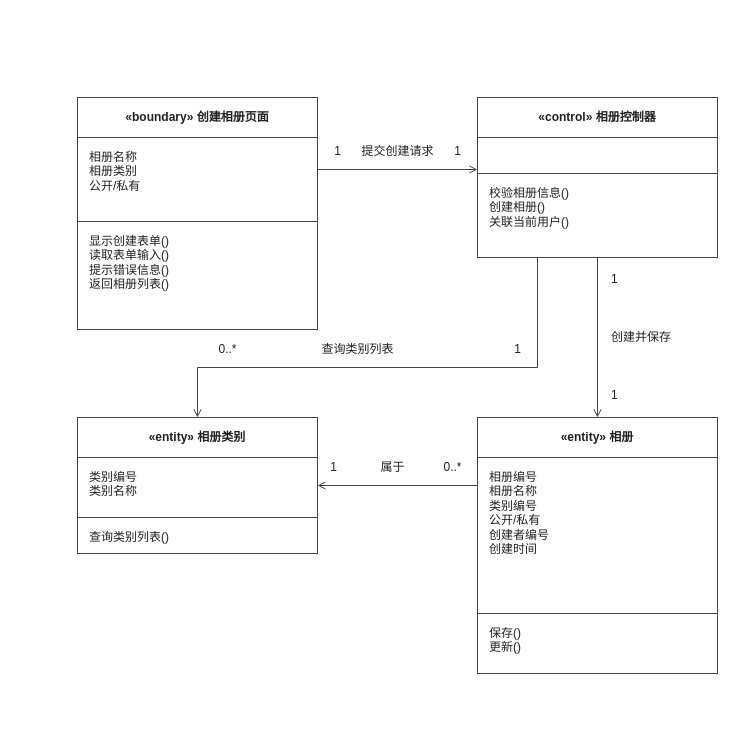
The draw.io diagram docs/交付/2-相册管理-刘硕/images/创建相册_类模型图.drawio in chennuo1101/electronic-photo-album-system1, before the edit. Source tidied: cells renumbered, new cells numbered last; positions are measured from the earlier drawing's top-left corner, leaving out a move shared by most shapes. Both pictures are drawn from the tidied source at 100%, with x=0, y=0 at pixel (77, 97).
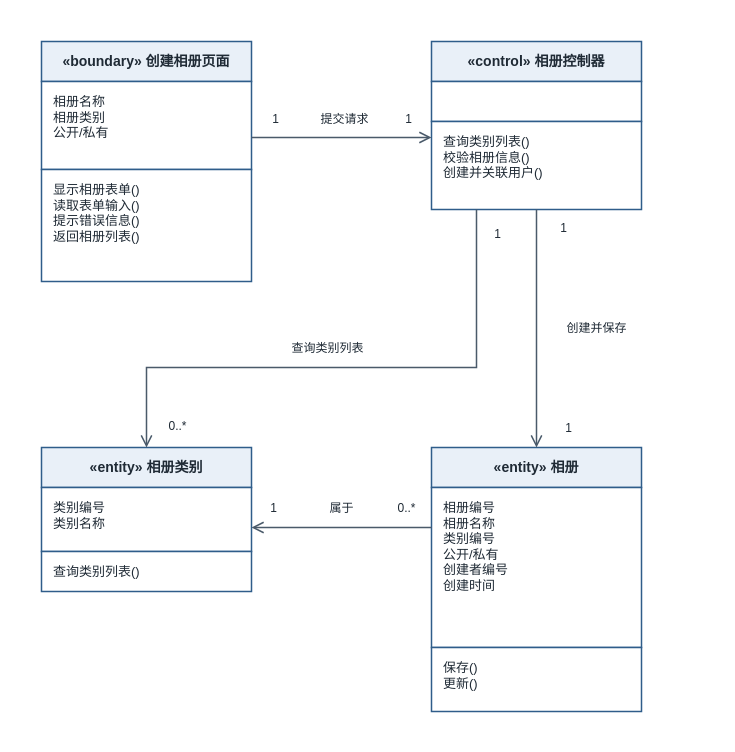
The same page after the edit.

What changed in the source:
```diff
@@
+    <mxCell id="32" style="rounded=0;whiteSpace=wrap;html=1;fillColor=#FFFFFF;strokeColor=none;" parent="1" vertex="1">
+      <mxGeometry x="-60" y="-80" width="668" height="718" as="geometry" />
+    </mxCell>
-    <mxCell id="2" value="«boundary» 创建相册页面" style="rounded=0;whiteSpace=wrap;html=1;fillColor=#FFFFFF;strokeColor=#444444;align=center;verticalAlign=middle;fontStyle=1;fontFamily=Microsoft YaHei;fontSize=12;fontColor=#222222;" parent="1" vertex="1">
-      <mxGeometry width="240" height="40" as="geometry" />
+    <mxCell id="2" value="«boundary» 创建相册页面" style="rounded=0;whiteSpace=wrap;html=1;fillColor=#E9F0F8;strokeColor=#2F5D8A;strokeWidth=1.5;align=center;verticalAlign=middle;fontStyle=1;fontFamily=Microsoft YaHei;fontSize=14;fontColor=#1F2A35;" parent="1" vertex="1">
+      <mxGeometry x="-36" y="-56" width="210" height="40" as="geometry" />
     </mxCell>
-    <mxCell id="3" value="相册名称&#10;相册类别&#10;公开/私有" style="rounded=0;whiteSpace=wrap;html=1;fillColor=#FFFFFF;strokeColor=#444444;verticalAlign=top;align=left;spacingLeft=10;spacingTop=6;fontFamily=Microsoft YaHei;fontSize=12;fontColor=#222222;" parent="1" vertex="1">
-      <mxGeometry y="40" width="240" height="84" as="geometry" />
+    <mxCell id="3" value="相册名称&#10;相册类别&#10;公开/私有" style="rounded=0;whiteSpace=wrap;html=1;fillColor=#FFFFFF;strokeColor=#2F5D8A;strokeWidth=1.5;align=left;verticalAlign=top;spacingLeft=10;spacingTop=6;fontFamily=Microsoft YaHei;fontSize=13;fontColor=#1F2A35;" parent="1" vertex="1">
+      <mxGeometry x="-36" y="-16" width="210" height="88" as="geometry" />
     </mxCell>
-    <mxCell id="4" value="显示创建表单()&#10;读取表单输入()&#10;提示错误信息()&#10;返回相册列表()" style="rounded=0;whiteSpace=wrap;html=1;fillColor=#FFFFFF;strokeColor=#444444;verticalAlign=top;align=left;spacingLeft=10;spacingTop=6;fontFamily=Microsoft YaHei;fontSize=12;fontColor=#222222;" parent="1" vertex="1">
-      <mxGeometry y="124" width="240" height="108" as="geometry" />
+    <mxCell id="4" value="显示相册表单()&#10;读取表单输入()&#10;提示错误信息()&#10;返回相册列表()" style="rounded=0;whiteSpace=wrap;html=1;fillColor=#FFFFFF;strokeColor=#2F5D8A;strokeWidth=1.5;align=left;verticalAlign=top;spacingLeft=10;spacingTop=6;fontFamily=Microsoft YaHei;fontSize=13;fontColor=#1F2A35;" parent="1" vertex="1">
+      <mxGeometry x="-36" y="72" width="210" height="112" as="geometry" />
     </mxCell>
-    <mxCell id="5" value="«control» 相册控制器" style="rounded=0;whiteSpace=wrap;html=1;fillColor=#FFFFFF;strokeColor=#444444;align=center;verticalAlign=middle;fontStyle=1;fontFamily=Microsoft YaHei;fontSize=12;fontColor=#222222;" parent="1" vertex="1">
-      <mxGeometry x="400" width="240" height="40" as="geometry" />
+    <mxCell id="5" value="«control» 相册控制器" style="rounded=0;whiteSpace=wrap;html=1;fillColor=#E9F0F8;strokeColor=#2F5D8A;strokeWidth=1.5;align=center;verticalAlign=middle;fontStyle=1;fontFamily=Microsoft YaHei;fontSize=14;fontColor=#1F2A35;" parent="1" vertex="1">
+      <mxGeometry x="354" y="-56" width="210" height="40" as="geometry" />
     </mxCell>
-    <mxCell id="6" style="rounded=0;whiteSpace=wrap;html=1;fillColor=#FFFFFF;strokeColor=#444444;verticalAlign=top;align=left;spacingLeft=10;spacingTop=6;fontFamily=Microsoft YaHei;fontSize=12;fontColor=#222222;" parent="1" vertex="1">
-      <mxGeometry x="400" y="40" width="240" height="36" as="geometry" />
+    <mxCell id="6" style="rounded=0;whiteSpace=wrap;html=1;fillColor=#FFFFFF;strokeColor=#2F5D8A;strokeWidth=1.5;align=left;verticalAlign=top;spacingLeft=10;spacingTop=6;fontFamily=Microsoft YaHei;fontSize=13;fontColor=#1F2A35;" parent="1" vertex="1">
+      <mxGeometry x="354" y="-16" width="210" height="40" as="geometry" />
     </mxCell>
-    <mxCell id="7" value="校验相册信息()&#10;创建相册()&#10;关联当前用户()" style="rounded=0;whiteSpace=wrap;html=1;fillColor=#FFFFFF;strokeColor=#444444;verticalAlign=top;align=left;spacingLeft=10;spacingTop=6;fontFamily=Microsoft YaHei;fontSize=12;fontColor=#222222;" parent="1" vertex="1">
-      <mxGeometry x="400" y="76" width="240" height="84" as="geometry" />
+    <mxCell id="7" value="查询类别列表()&#10;校验相册信息()&#10;创建并关联用户()" style="rounded=0;whiteSpace=wrap;html=1;fillColor=#FFFFFF;strokeColor=#2F5D8A;strokeWidth=1.5;align=left;verticalAlign=top;spacingLeft=10;spacingTop=6;fontFamily=Microsoft YaHei;fontSize=13;fontColor=#1F2A35;" parent="1" vertex="1">
+      <mxGeometry x="354" y="24" width="210" height="88" as="geometry" />
     </mxCell>
-    <mxCell id="8" value="«entity» 相册类别" style="rounded=0;whiteSpace=wrap;html=1;fillColor=#FFFFFF;strokeColor=#444444;align=center;verticalAlign=middle;fontStyle=1;fontFamily=Microsoft YaHei;fontSize=12;fontColor=#222222;" parent="1" vertex="1">
-      <mxGeometry y="320" width="240" height="40" as="geometry" />
+    <mxCell id="8" value="«entity» 相册类别" style="rounded=0;whiteSpace=wrap;html=1;fillColor=#E9F0F8;strokeColor=#2F5D8A;strokeWidth=1.5;align=center;verticalAlign=middle;fontStyle=1;fontFamily=Microsoft YaHei;fontSize=14;fontColor=#1F2A35;" parent="1" vertex="1">
+      <mxGeometry x="-36" y="350" width="210" height="40" as="geometry" />
     </mxCell>
-    <mxCell id="9" value="类别编号&#10;类别名称" style="rounded=0;whiteSpace=wrap;html=1;fillColor=#FFFFFF;strokeColor=#444444;verticalAlign=top;align=left;spacingLeft=10;spacingTop=6;fontFamily=Microsoft YaHei;fontSize=12;fontColor=#222222;" parent="1" vertex="1">
-      <mxGeometry y="360" width="240" height="60" as="geometry" />
+    <mxCell id="9" value="类别编号&#10;类别名称" style="rounded=0;whiteSpace=wrap;html=1;fillColor=#FFFFFF;strokeColor=#2F5D8A;strokeWidth=1.5;align=left;verticalAlign=top;spacingLeft=10;spacingTop=6;fontFamily=Microsoft YaHei;fontSize=13;fontColor=#1F2A35;" parent="1" vertex="1">
+      <mxGeometry x="-36" y="390" width="210" height="64" as="geometry" />
     </mxCell>
-    <mxCell id="10" value="查询类别列表()" style="rounded=0;whiteSpace=wrap;html=1;fillColor=#FFFFFF;strokeColor=#444444;verticalAlign=top;align=left;spacingLeft=10;spacingTop=6;fontFamily=Microsoft YaHei;fontSize=12;fontColor=#222222;" parent="1" vertex="1">
-      <mxGeometry y="420" width="240" height="36" as="geometry" />
+    <mxCell id="10" value="查询类别列表()" style="rounded=0;whiteSpace=wrap;html=1;fillColor=#FFFFFF;strokeColor=#2F5D8A;strokeWidth=1.5;align=left;verticalAlign=top;spacingLeft=10;spacingTop=6;fontFamily=Microsoft YaHei;fontSize=13;fontColor=#1F2A35;" parent="1" vertex="1">
+      <mxGeometry x="-36" y="454" width="210" height="40" as="geometry" />
     </mxCell>
-    <mxCell id="11" value="«entity» 相册" style="rounded=0;whiteSpace=wrap;html=1;fillColor=#FFFFFF;strokeColor=#444444;align=center;verticalAlign=middle;fontStyle=1;fontFamily=Microsoft YaHei;fontSize=12;fontColor=#222222;" parent="1" vertex="1">
-      <mxGeometry x="400" y="320" width="240" height="40" as="geometry" />
+    <mxCell id="11" value="«entity» 相册" style="rounded=0;whiteSpace=wrap;html=1;fillColor=#E9F0F8;strokeColor=#2F5D8A;strokeWidth=1.5;align=center;verticalAlign=middle;fontStyle=1;fontFamily=Microsoft YaHei;fontSize=14;fontColor=#1F2A35;" parent="1" vertex="1">
+      <mxGeometry x="354" y="350" width="210" height="40" as="geometry" />
     </mxCell>
-    <mxCell id="12" value="相册编号&#10;相册名称&#10;类别编号&#10;公开/私有&#10;创建者编号&#10;创建时间" style="rounded=0;whiteSpace=wrap;html=1;fillColor=#FFFFFF;strokeColor=#444444;verticalAlign=top;align=left;spacingLeft=10;spacingTop=6;fontFamily=Microsoft YaHei;fontSize=12;fontColor=#222222;" parent="1" vertex="1">
-      <mxGeometry x="400" y="360" width="240" height="156" as="geometry" />
+    <mxCell id="12" value="相册编号&#10;相册名称&#10;类别编号&#10;公开/私有&#10;创建者编号&#10;创建时间" style="rounded=0;whiteSpace=wrap;html=1;fillColor=#FFFFFF;strokeColor=#2F5D8A;strokeWidth=1.5;align=left;verticalAlign=top;spacingLeft=10;spacingTop=6;fontFamily=Microsoft YaHei;fontSize=13;fontColor=#1F2A35;" parent="1" vertex="1">
+      <mxGeometry x="354" y="390" width="210" height="160" as="geometry" />
     </mxCell>
-    <mxCell id="13" value="保存()&#10;更新()" style="rounded=0;whiteSpace=wrap;html=1;fillColor=#FFFFFF;strokeColor=#444444;verticalAlign=top;align=left;spacingLeft=10;spacingTop=6;fontFamily=Microsoft YaHei;fontSize=12;fontColor=#222222;" parent="1" vertex="1">
-      <mxGeometry x="400" y="516" width="240" height="60" as="geometry" />
+    <mxCell id="13" value="保存()&#10;更新()" style="rounded=0;whiteSpace=wrap;html=1;fillColor=#FFFFFF;strokeColor=#2F5D8A;strokeWidth=1.5;align=left;verticalAlign=top;spacingLeft=10;spacingTop=6;fontFamily=Microsoft YaHei;fontSize=13;fontColor=#1F2A35;" parent="1" vertex="1">
+      <mxGeometry x="354" y="550" width="210" height="64" as="geometry" />
     </mxCell>
-    <mxCell id="14" style="html=1;rounded=0;strokeColor=#444444;strokeWidth=1;startArrow=none;endArrow=open;endFill=0;" parent="1" edge="1">
-      <mxGeometry relative="1" as="geometry">
-        <mxPoint x="240" y="72" as="sourcePoint" />
-        <mxPoint x="400" y="72" as="targetPoint" />
-      </mxGeometry>
-    </mxCell>
-    <mxCell id="15" value="1" style="text;html=1;align=center;verticalAlign=middle;fillColor=none;strokeColor=none;fontFamily=Microsoft YaHei;fontSize=12;fontColor=#222222;" parent="1" vertex="1">
-      <mxGeometry x="248" y="44" width="24" height="20" as="geometry" />
-    </mxCell>
-    <mxCell id="16" value="提交创建请求" style="text;html=1;align=center;verticalAlign=middle;fillColor=none;strokeColor=none;fontFamily=Microsoft YaHei;fontSize=12;fontColor=#222222;" parent="1" vertex="1">
-      <mxGeometry x="278" y="44" width="84" height="20" as="geometry" />
-    </mxCell>
-    <mxCell id="17" value="1" style="text;html=1;align=center;verticalAlign=middle;fillColor=none;strokeColor=none;fontFamily=Microsoft YaHei;fontSize=12;fontColor=#222222;" parent="1" vertex="1">
-      <mxGeometry x="368" y="44" width="24" height="20" as="geometry" />
-    </mxCell>
-    <mxCell id="18" style="html=1;rounded=0;strokeColor=#444444;strokeWidth=1;startArrow=none;endArrow=open;endFill=0;" parent="1" edge="1">
-      <mxGeometry relative="1" as="geometry">
-        <mxPoint x="520" y="160" as="sourcePoint" />
-        <mxPoint x="520" y="320" as="targetPoint" />
-      </mxGeometry>
-    </mxCell>
-    <mxCell id="19" value="1" style="text;html=1;align=left;verticalAlign=middle;fillColor=none;strokeColor=none;fontFamily=Microsoft YaHei;fontSize=12;fontColor=#222222;" parent="1" vertex="1">
-      <mxGeometry x="532" y="172" width="24" height="20" as="geometry" />
-    </mxCell>
+    <mxCell id="33" style="html=1;rounded=0;strokeColor=#4A5A6A;strokeWidth=1.5;startArrow=none;endArrow=open;endFill=0;endSize=9;jumpStyle=arc;jumpSize=6;" parent="1" edge="1">
+      <mxGeometry relative="1" as="geometry">
+        <mxPoint x="174" y="40" as="sourcePoint" />
+        <mxPoint x="354" y="40" as="targetPoint" />
+      </mxGeometry>
+    </mxCell>
+    <mxCell id="34" value="1" style="text;html=1;align=center;verticalAlign=middle;fillColor=#FFFFFF;strokeColor=none;fontFamily=Microsoft YaHei;fontSize=12;fontColor=#1F2A35;" parent="1" vertex="1">
+      <mxGeometry x="184" y="13" width="28" height="18" as="geometry" />
+    </mxCell>
+    <mxCell id="35" value="提交请求" style="text;html=1;align=center;verticalAlign=middle;fillColor=#FFFFFF;strokeColor=none;fontFamily=Microsoft YaHei;fontSize=12;fontColor=#1F2A35;" parent="1" vertex="1">
+      <mxGeometry x="220" y="13" width="94" height="18" as="geometry" />
+    </mxCell>
+    <mxCell id="36" value="1" style="text;html=1;align=center;verticalAlign=middle;fillColor=#FFFFFF;strokeColor=none;fontFamily=Microsoft YaHei;fontSize=12;fontColor=#1F2A35;" parent="1" vertex="1">
+      <mxGeometry x="316" y="13" width="30" height="18" as="geometry" />
+    </mxCell>
+    <mxCell id="37" style="html=1;rounded=0;strokeColor=#4A5A6A;strokeWidth=1.5;startArrow=none;endArrow=open;endFill=0;endSize=9;jumpStyle=arc;jumpSize=6;" parent="1" edge="1">
+      <mxGeometry relative="1" as="geometry">
+        <mxPoint x="459" y="112" as="sourcePoint" />
+        <mxPoint x="459" y="350" as="targetPoint" />
+      </mxGeometry>
+    </mxCell>
+    <mxCell id="38" value="1" style="text;html=1;align=center;verticalAlign=middle;fillColor=#FFFFFF;strokeColor=none;fontFamily=Microsoft YaHei;fontSize=12;fontColor=#1F2A35;" parent="1" vertex="1">
+      <mxGeometry x="471" y="122" width="30" height="18" as="geometry" />
+    </mxCell>
-    <mxCell id="20" value="创建并保存" style="text;html=1;align=left;verticalAlign=middle;fillColor=none;strokeColor=none;fontFamily=Microsoft YaHei;fontSize=12;fontColor=#222222;" parent="1" vertex="1">
-      <mxGeometry x="532" y="230" width="90" height="20" as="geometry" />
+    <mxCell id="20" value="创建并保存" style="text;html=1;align=center;verticalAlign=middle;fillColor=#FFFFFF;strokeColor=none;fontFamily=Microsoft YaHei;fontSize=12;fontColor=#1F2A35;" parent="1" vertex="1">
+      <mxGeometry x="471" y="222" width="96" height="18" as="geometry" />
     </mxCell>
-    <mxCell id="21" value="1" style="text;html=1;align=left;verticalAlign=middle;fillColor=none;strokeColor=none;fontFamily=Microsoft YaHei;fontSize=12;fontColor=#222222;" parent="1" vertex="1">
-      <mxGeometry x="532" y="288" width="24" height="20" as="geometry" />
-    </mxCell>
-    <mxCell id="22" style="html=1;rounded=0;strokeColor=#444444;strokeWidth=1;startArrow=none;endArrow=open;endFill=0;" parent="1" edge="1">
-      <mxGeometry relative="1" as="geometry">
-        <mxPoint x="400" y="388" as="sourcePoint" />
-        <mxPoint x="240" y="388" as="targetPoint" />
-      </mxGeometry>
-    </mxCell>
-    <mxCell id="23" value="0..*" style="text;html=1;align=center;verticalAlign=middle;fillColor=none;strokeColor=none;fontFamily=Microsoft YaHei;fontSize=12;fontColor=#222222;" parent="1" vertex="1">
-      <mxGeometry x="355" y="360" width="40" height="20" as="geometry" />
-    </mxCell>
+    <mxCell id="39" value="1" style="text;html=1;align=center;verticalAlign=middle;fillColor=#FFFFFF;strokeColor=none;fontFamily=Microsoft YaHei;fontSize=12;fontColor=#1F2A35;" parent="1" vertex="1">
+      <mxGeometry x="471" y="322" width="40" height="18" as="geometry" />
+    </mxCell>
+    <mxCell id="40" style="html=1;rounded=0;strokeColor=#4A5A6A;strokeWidth=1.5;startArrow=none;endArrow=open;endFill=0;endSize=9;jumpStyle=arc;jumpSize=6;" parent="1" edge="1">
+      <mxGeometry relative="1" as="geometry">
+        <mxPoint x="399" y="112" as="sourcePoint" />
+        <mxPoint x="69" y="350" as="targetPoint" />
+        <Array as="points">
+          <mxPoint x="399" y="270" />
+          <mxPoint x="69" y="270" />
+        </Array>
+      </mxGeometry>
+    </mxCell>
+    <mxCell id="41" value="1" style="text;html=1;align=center;verticalAlign=middle;fillColor=#FFFFFF;strokeColor=none;fontFamily=Microsoft YaHei;fontSize=12;fontColor=#1F2A35;" parent="1" vertex="1">
+      <mxGeometry x="410" y="128" width="20" height="18" as="geometry" />
+    </mxCell>
+    <mxCell id="30" value="查询类别列表" style="text;html=1;align=center;verticalAlign=middle;fillColor=#FFFFFF;strokeColor=none;fontFamily=Microsoft YaHei;fontSize=12;fontColor=#1F2A35;" parent="1" vertex="1">
+      <mxGeometry x="200" y="242" width="100" height="18" as="geometry" />
+    </mxCell>
+    <mxCell id="42" value="0..*" style="text;html=1;align=center;verticalAlign=middle;fillColor=#FFFFFF;strokeColor=none;fontFamily=Microsoft YaHei;fontSize=12;fontColor=#1F2A35;" parent="1" vertex="1">
+      <mxGeometry x="80" y="320" width="40" height="18" as="geometry" />
+    </mxCell>
+    <mxCell id="43" style="html=1;rounded=0;strokeColor=#4A5A6A;strokeWidth=1.5;startArrow=none;endArrow=open;endFill=0;endSize=9;jumpStyle=arc;jumpSize=6;" parent="1" edge="1">
+      <mxGeometry relative="1" as="geometry">
+        <mxPoint x="354" y="430" as="sourcePoint" />
+        <mxPoint x="174" y="430" as="targetPoint" />
+      </mxGeometry>
+    </mxCell>
+    <mxCell id="44" value="0..*" style="text;html=1;align=center;verticalAlign=middle;fillColor=#FFFFFF;strokeColor=none;fontFamily=Microsoft YaHei;fontSize=12;fontColor=#1F2A35;" parent="1" vertex="1">
+      <mxGeometry x="310" y="402" width="38" height="18" as="geometry" />
+    </mxCell>
-    <mxCell id="24" value="属于" style="text;html=1;align=center;verticalAlign=middle;fillColor=none;strokeColor=none;fontFamily=Microsoft YaHei;fontSize=12;fontColor=#222222;" parent="1" vertex="1">
-      <mxGeometry x="290" y="360" width="50" height="20" as="geometry" />
+    <mxCell id="24" value="属于" style="text;html=1;align=center;verticalAlign=middle;fillColor=#FFFFFF;strokeColor=none;fontFamily=Microsoft YaHei;fontSize=12;fontColor=#1F2A35;" parent="1" vertex="1">
+      <mxGeometry x="240" y="402" width="48" height="18" as="geometry" />
     </mxCell>
-    <mxCell id="25" value="1" style="text;html=1;align=center;verticalAlign=middle;fillColor=none;strokeColor=none;fontFamily=Microsoft YaHei;fontSize=12;fontColor=#222222;" parent="1" vertex="1">
-      <mxGeometry x="246" y="360" width="20" height="20" as="geometry" />
-    </mxCell>
-    <mxCell id="26" style="html=1;rounded=0;strokeColor=#444444;strokeWidth=1;startArrow=none;endArrow=none;" parent="1" edge="1">
-      <mxGeometry relative="1" as="geometry">
-        <mxPoint x="460" y="160" as="sourcePoint" />
-        <mxPoint x="460" y="270" as="targetPoint" />
-      </mxGeometry>
-    </mxCell>
-    <mxCell id="27" style="html=1;rounded=0;strokeColor=#444444;strokeWidth=1;startArrow=none;endArrow=none;" parent="1" edge="1">
-      <mxGeometry relative="1" as="geometry">
-        <mxPoint x="460" y="270" as="sourcePoint" />
-        <mxPoint x="120" y="270" as="targetPoint" />
-      </mxGeometry>
-    </mxCell>
-    <mxCell id="28" style="html=1;rounded=0;strokeColor=#444444;strokeWidth=1;startArrow=none;endArrow=open;endFill=0;" parent="1" edge="1">
-      <mxGeometry relative="1" as="geometry">
-        <mxPoint x="120" y="270" as="sourcePoint" />
-        <mxPoint x="120" y="320" as="targetPoint" />
-      </mxGeometry>
-    </mxCell>
-    <mxCell id="29" value="1" style="text;html=1;align=center;verticalAlign=middle;fillColor=none;strokeColor=none;fontFamily=Microsoft YaHei;fontSize=12;fontColor=#222222;" parent="1" vertex="1">
-      <mxGeometry x="430" y="242" width="20" height="20" as="geometry" />
-    </mxCell>
-    <mxCell id="30" value="查询类别列表" style="text;html=1;align=center;verticalAlign=middle;fillColor=none;strokeColor=none;fontFamily=Microsoft YaHei;fontSize=12;fontColor=#222222;" parent="1" vertex="1">
-      <mxGeometry x="225" y="242" width="110" height="20" as="geometry" />
-    </mxCell>
-    <mxCell id="31" value="0..*" style="text;html=1;align=center;verticalAlign=middle;fillColor=none;strokeColor=none;fontFamily=Microsoft YaHei;fontSize=12;fontColor=#222222;" parent="1" vertex="1">
-      <mxGeometry x="130" y="242" width="40" height="20" as="geometry" />
-    </mxCell>
+    <mxCell id="45" value="1" style="text;html=1;align=center;verticalAlign=middle;fillColor=#FFFFFF;strokeColor=none;fontFamily=Microsoft YaHei;fontSize=12;fontColor=#1F2A35;" parent="1" vertex="1">
+      <mxGeometry x="186" y="402" width="20" height="18" as="geometry" />
+    </mxCell>
```
